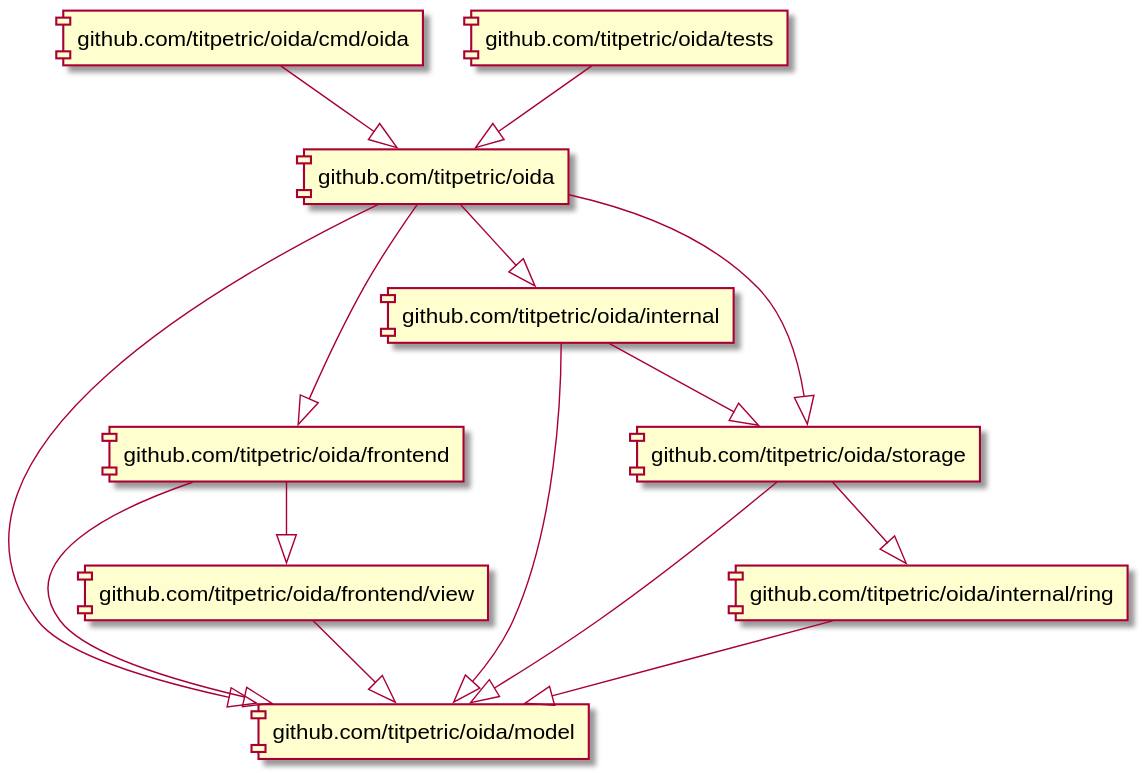
Before: docs/assets/imports.svg, a diagram exported from PlantUML (titpetric/oida).
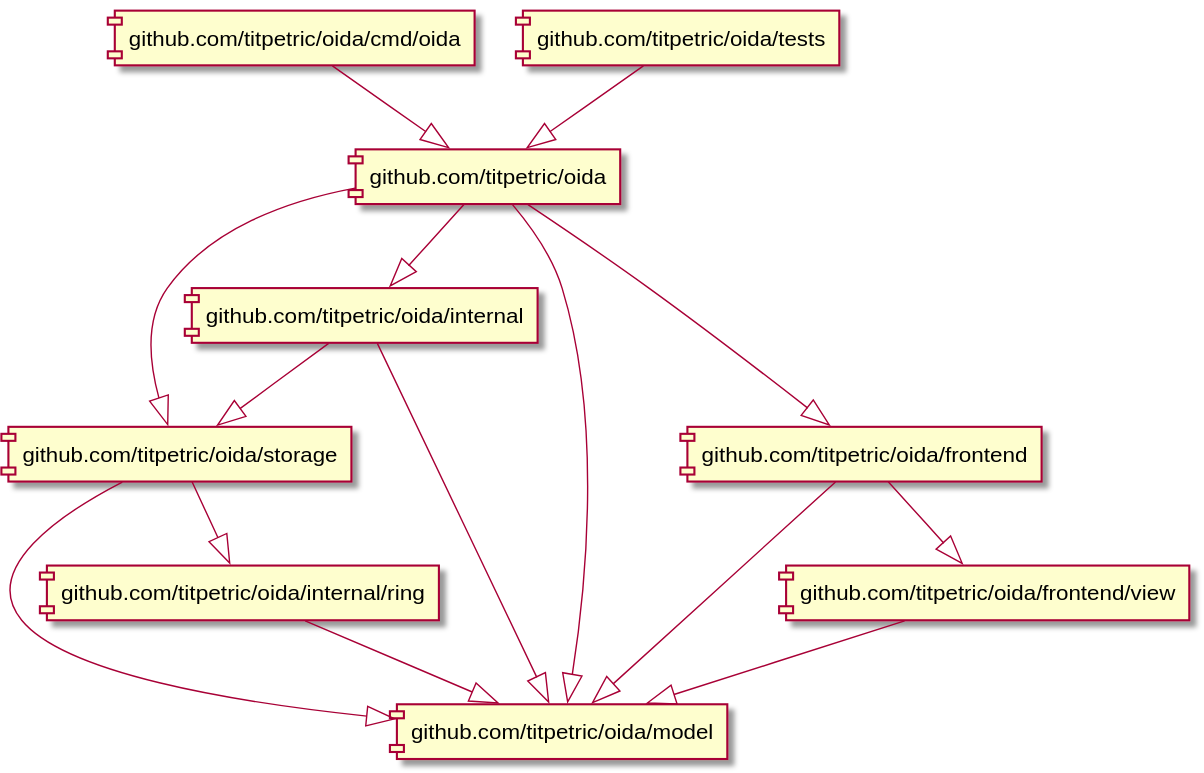
The same file after the commit.

Change to the diagram source:
```diff
@@ -1,16 +1,16 @@
 @startuml
+[github.com/titpetric/oida] --|> [github.com/titpetric/oida/storage]
 [github.com/titpetric/oida] --|> [github.com/titpetric/oida/model]
+[github.com/titpetric/oida] --|> [github.com/titpetric/oida/internal]
 [github.com/titpetric/oida] --|> [github.com/titpetric/oida/frontend]
-[github.com/titpetric/oida] --|> [github.com/titpetric/oida/internal]
-[github.com/titpetric/oida] --|> [github.com/titpetric/oida/storage]
 [github.com/titpetric/oida/cmd/oida] --|> [github.com/titpetric/oida]
+[github.com/titpetric/oida/frontend] --|> [github.com/titpetric/oida/frontend/view]
 [github.com/titpetric/oida/frontend] --|> [github.com/titpetric/oida/model]
-[github.com/titpetric/oida/frontend] --|> [github.com/titpetric/oida/frontend/view]
 [github.com/titpetric/oida/frontend/view] --|> [github.com/titpetric/oida/model]
+[github.com/titpetric/oida/internal] --|> [github.com/titpetric/oida/storage]
 [github.com/titpetric/oida/internal] --|> [github.com/titpetric/oida/model]
-[github.com/titpetric/oida/internal] --|> [github.com/titpetric/oida/storage]
 [github.com/titpetric/oida/internal/ring] --|> [github.com/titpetric/oida/model]
+[github.com/titpetric/oida/storage] --|> [github.com/titpetric/oida/model]
 [github.com/titpetric/oida/storage] --|> [github.com/titpetric/oida/internal/ring]
-[github.com/titpetric/oida/storage] --|> [github.com/titpetric/oida/model]
 [github.com/titpetric/oida/tests] --|> [github.com/titpetric/oida]
 @enduml
```
